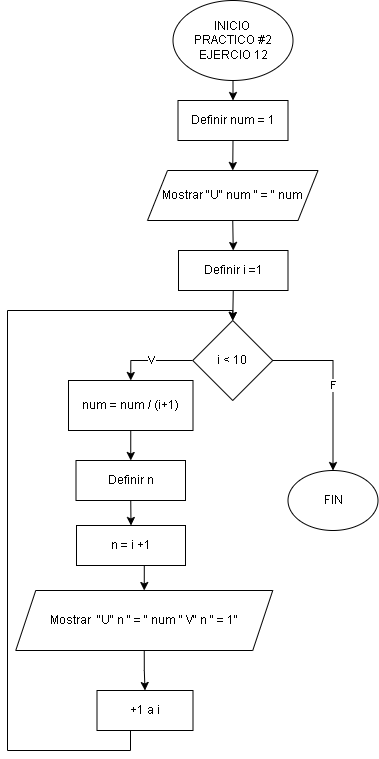
Above: Pract2 Eje12.drawio.png in D4ri4na/DiagramasDeFlujo (draw.io), before the change. Source tidied: cells renumbered, new cells last; positions are measured from the earlier drawing's top-left corner, leaving out a move shared by most shapes. Source of this version:
```xml
<mxGraphModel>
  <root>
    <mxCell id="0" />
    <mxCell id="1" parent="0" />
    <mxCell id="2" style="edgeStyle=orthogonalEdgeStyle;rounded=0;jettySize=auto;html=1;exitX=0.5;exitY=1;exitDx=0;exitDy=0;entryX=0.5;entryY=0;entryDx=0;entryDy=0;" parent="1" edge="1" source="3" target="5">
      <mxGeometry relative="1" as="geometry" />
    </mxCell>
    <mxCell id="3" value="INICIO&amp;nbsp;&lt;div&gt;PRACTICO #2&lt;br&gt;&lt;div&gt;EJERCIO 12&lt;/div&gt;&lt;/div&gt;" style="ellipse;whiteSpace=wrap;html=1;fontFamily=Helvetica;" parent="1" vertex="1">
      <mxGeometry x="165.5" width="120" height="80" as="geometry" />
    </mxCell>
    <mxCell id="4" style="edgeStyle=orthogonalEdgeStyle;rounded=0;jettySize=auto;html=1;exitX=0.5;exitY=1;exitDx=0;exitDy=0;entryX=0.5;entryY=0;entryDx=0;entryDy=0;" parent="1" edge="1" source="5" target="7">
      <mxGeometry relative="1" as="geometry" />
    </mxCell>
    <mxCell id="5" value="Definir num = 1" style="rounded=0;whiteSpace=wrap;html=1;" parent="1" vertex="1">
      <mxGeometry x="170.5" y="100" width="110" height="40" as="geometry" />
    </mxCell>
    <mxCell id="6" style="edgeStyle=orthogonalEdgeStyle;rounded=0;jettySize=auto;html=1;exitX=0.5;exitY=1;exitDx=0;exitDy=0;entryX=0.5;entryY=0;entryDx=0;entryDy=0;" parent="1" edge="1" source="7" target="12">
      <mxGeometry relative="1" as="geometry" />
    </mxCell>
    <mxCell id="7" value="Mostrar &quot;U&quot; num &quot; = &quot; num" style="shape=parallelogram;perimeter=parallelogramPerimeter;whiteSpace=wrap;html=1;fixedSize=1;" parent="1" vertex="1">
      <mxGeometry x="140" y="170" width="170.5" height="50" as="geometry" />
    </mxCell>
    <mxCell id="8" value="V" style="edgeStyle=orthogonalEdgeStyle;rounded=0;jettySize=auto;html=1;exitX=0;exitY=0.5;exitDx=0;exitDy=0;entryX=0.5;entryY=0;entryDx=0;entryDy=0;" parent="1" edge="1" source="10" target="14">
      <mxGeometry relative="1" as="geometry" />
    </mxCell>
    <mxCell id="9" value="F" style="edgeStyle=orthogonalEdgeStyle;rounded=0;jettySize=auto;html=1;exitX=1;exitY=0.5;exitDx=0;exitDy=0;entryX=0.5;entryY=0;entryDx=0;entryDy=0;" parent="1" edge="1" source="10" target="23">
      <mxGeometry relative="1" as="geometry" />
    </mxCell>
    <mxCell id="10" value="i &amp;lt; 10" style="rhombus;whiteSpace=wrap;html=1;" parent="1" vertex="1">
      <mxGeometry x="185.2" y="320" width="80" height="80" as="geometry" />
    </mxCell>
    <mxCell id="11" style="edgeStyle=orthogonalEdgeStyle;rounded=0;jettySize=auto;html=1;exitX=0.5;exitY=1;exitDx=0;exitDy=0;entryX=0.5;entryY=0;entryDx=0;entryDy=0;" parent="1" edge="1" source="12" target="10">
      <mxGeometry relative="1" as="geometry" />
    </mxCell>
    <mxCell id="12" value="Definir i =1" style="rounded=0;whiteSpace=wrap;html=1;" parent="1" vertex="1">
      <mxGeometry x="171" y="250" width="109.5" height="40" as="geometry" />
    </mxCell>
    <mxCell id="13" style="edgeStyle=orthogonalEdgeStyle;rounded=0;jettySize=auto;html=1;exitX=0.5;exitY=1;exitDx=0;exitDy=0;entryX=0.5;entryY=0;entryDx=0;entryDy=0;" parent="1" edge="1" source="14" target="16">
      <mxGeometry relative="1" as="geometry" />
    </mxCell>
    <mxCell id="14" value="num = num / (i+1)" style="rounded=0;whiteSpace=wrap;html=1;" parent="1" vertex="1">
      <mxGeometry x="61" y="380" width="124.5" height="50" as="geometry" />
    </mxCell>
    <mxCell id="15" style="edgeStyle=orthogonalEdgeStyle;rounded=0;jettySize=auto;html=1;exitX=0.5;exitY=1;exitDx=0;exitDy=0;entryX=0.5;entryY=0;entryDx=0;entryDy=0;" parent="1" edge="1" source="16" target="18">
      <mxGeometry relative="1" as="geometry" />
    </mxCell>
    <mxCell id="16" value="Definir n" style="rounded=0;whiteSpace=wrap;html=1;" parent="1" vertex="1">
      <mxGeometry x="68.5" y="460" width="109.5" height="40" as="geometry" />
    </mxCell>
    <mxCell id="17" style="edgeStyle=orthogonalEdgeStyle;rounded=0;jettySize=auto;html=1;exitX=0.5;exitY=1;exitDx=0;exitDy=0;entryX=0.5;entryY=0;entryDx=0;entryDy=0;" parent="1" edge="1" source="18" target="20">
      <mxGeometry relative="1" as="geometry" />
    </mxCell>
    <mxCell id="18" value="n = i +1" style="rounded=0;whiteSpace=wrap;html=1;" parent="1" vertex="1">
      <mxGeometry x="69" y="525" width="109" height="40" as="geometry" />
    </mxCell>
    <mxCell id="19" style="edgeStyle=orthogonalEdgeStyle;rounded=0;jettySize=auto;html=1;exitX=0.5;exitY=1;exitDx=0;exitDy=0;entryX=0.5;entryY=0;entryDx=0;entryDy=0;" parent="1" edge="1" source="20" target="22">
      <mxGeometry relative="1" as="geometry" />
    </mxCell>
    <mxCell id="20" value="&lt;font face=&quot;Helvetica&quot; style=&quot;font-size: 12px;&quot;&gt;Mostrar&amp;nbsp;&lt;span style=&quot;background-color: rgb(255, 255, 255);&quot;&gt;&amp;nbsp;&lt;/span&gt;&lt;span style=&quot;white-space: pre;&quot;&gt;&quot;U&quot; &lt;/span&gt;&lt;span style=&quot;background-color: rgb(255, 255, 255); white-space: pre;&quot;&gt;n &lt;/span&gt;&lt;span style=&quot;white-space: pre;&quot;&gt;&quot; = &quot; &lt;/span&gt;&lt;span style=&quot;background-color: rgb(255, 255, 255); white-space: pre;&quot;&gt;num &lt;/span&gt;&lt;span style=&quot;white-space: pre;&quot;&gt;&quot; &lt;/span&gt;&lt;span style=&quot;white-space: pre;&quot;&gt;V&quot; &lt;/span&gt;&lt;span style=&quot;background-color: rgb(255, 255, 255); white-space: pre;&quot;&gt;n &lt;/span&gt;&lt;span style=&quot;white-space: pre;&quot;&gt;&quot; = &lt;/span&gt;&lt;span style=&quot;white-space: pre;&quot;&gt;1&quot;&lt;/span&gt;&lt;/font&gt;" style="shape=parallelogram;perimeter=parallelogramPerimeter;whiteSpace=wrap;html=1;fixedSize=1;" parent="1" vertex="1">
      <mxGeometry x="8.2" y="590" width="257" height="60" as="geometry" />
    </mxCell>
    <mxCell id="21" style="edgeStyle=orthogonalEdgeStyle;rounded=0;jettySize=auto;html=1;exitX=0.5;exitY=1;exitDx=0;exitDy=0;entryX=0.5;entryY=0;entryDx=0;entryDy=0;" parent="1" edge="1" source="22" target="10">
      <mxGeometry relative="1" as="geometry">
        <Array as="points">
          <mxPoint x="123" y="730" />
          <mxPoint x="123" y="750" />
          <mxPoint y="750" />
          <mxPoint y="310" />
          <mxPoint x="225" y="310" />
        </Array>
      </mxGeometry>
    </mxCell>
    <mxCell id="22" value="+1 a i" style="rounded=0;whiteSpace=wrap;html=1;" parent="1" vertex="1">
      <mxGeometry x="89.5" y="690" width="96" height="40" as="geometry" />
    </mxCell>
    <mxCell id="23" value="FIN" style="ellipse;whiteSpace=wrap;html=1;" parent="1" vertex="1">
      <mxGeometry x="280.5" y="470" width="90" height="60" as="geometry" />
    </mxCell>
  </root>
</mxGraphModel>
```
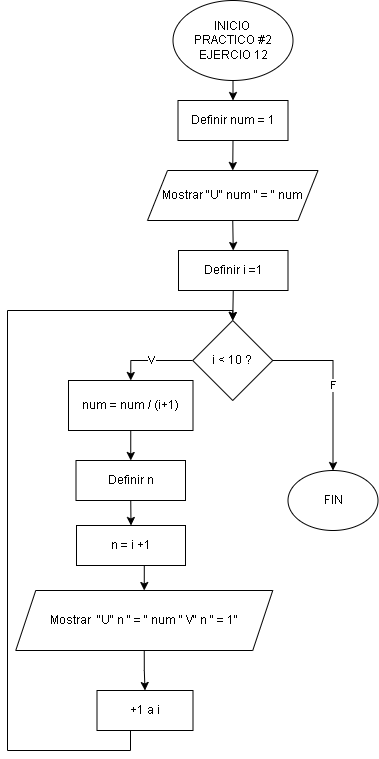
The same file after the commit.

The edit, as a diff of the source:
```diff
@@ -26,7 +26,7 @@
     <mxCell id="9" value="F" style="edgeStyle=orthogonalEdgeStyle;rounded=0;jettySize=auto;html=1;exitX=1;exitY=0.5;exitDx=0;exitDy=0;entryX=0.5;entryY=0;entryDx=0;entryDy=0;" parent="1" edge="1" source="10" target="23">
       <mxGeometry relative="1" as="geometry" />
     </mxCell>
-    <mxCell id="10" value="i &amp;lt; 10" style="rhombus;whiteSpace=wrap;html=1;" parent="1" vertex="1">
+    <mxCell id="10" value="i &amp;lt; 10 ?" style="rhombus;whiteSpace=wrap;html=1;" parent="1" vertex="1">
       <mxGeometry x="185.2" y="320" width="80" height="80" as="geometry" />
     </mxCell>
     <mxCell id="11" style="edgeStyle=orthogonalEdgeStyle;rounded=0;jettySize=auto;html=1;exitX=0.5;exitY=1;exitDx=0;exitDy=0;entryX=0.5;entryY=0;entryDx=0;entryDy=0;" parent="1" edge="1" source="12" target="10">
```
